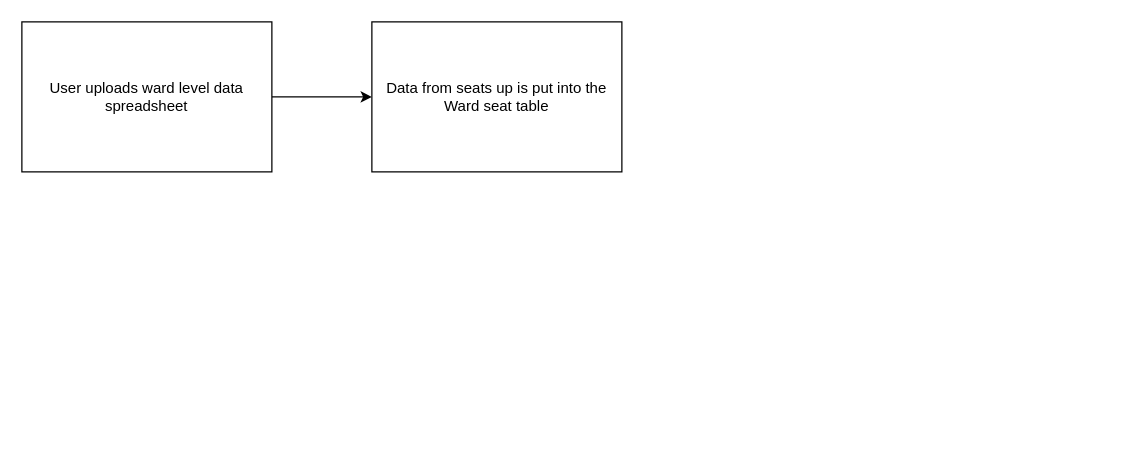
Earlier version of the draw.io diagram elp-2197 SPIKE.drawio (EmmaHawkins/test_flows). Source tidied: cells renumbered, new cells numbered last; positions are measured from the earlier drawing's top-left corner, leaving out a move shared by most shapes. Both pictures are drawn from the tidied source at 125%, with x=0, y=0 at pixel (21, 21).
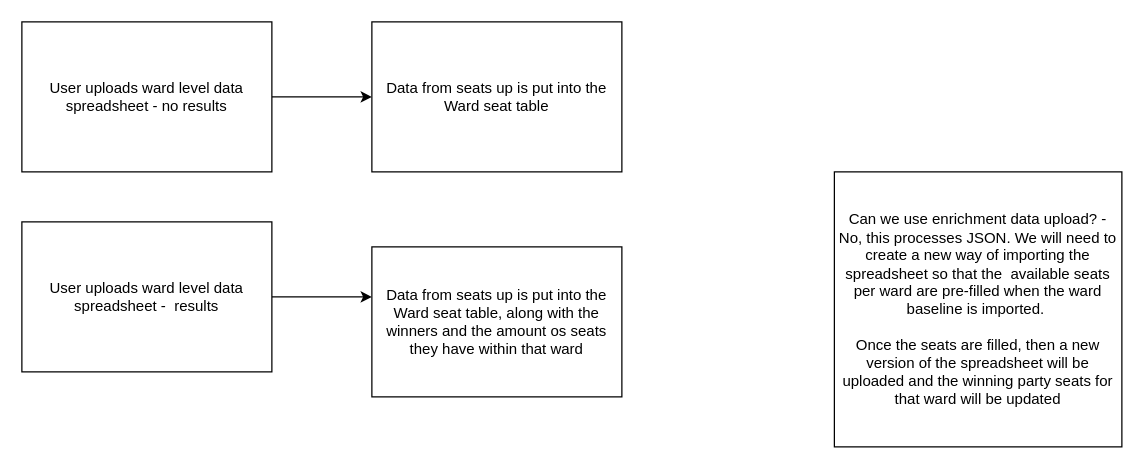
Above is the later version.

The edit, as a diff of the source:
```diff
@@
 <mxGraphModel>
   <root>
     <mxCell id="0" />
     <mxCell id="1" parent="0" />
     <mxCell id="2" style="edgeStyle=orthogonalEdgeStyle;rounded=0;jettySize=auto;html=1;" parent="1" edge="1" source="3" target="4">
       <mxGeometry relative="1" as="geometry" />
     </mxCell>
-    <mxCell id="3" value="User uploads ward level data spreadsheet" style="rounded=0;whiteSpace=wrap;html=1;" parent="1" vertex="1">
+    <mxCell id="3" value="User uploads ward level data spreadsheet - no results" style="rounded=0;whiteSpace=wrap;html=1;" parent="1" vertex="1">
       <mxGeometry width="200" height="120" as="geometry" />
     </mxCell>
     <mxCell id="4" value="Data from seats up is put into the Ward seat table" style="rounded=0;whiteSpace=wrap;html=1;" parent="1" vertex="1">
       <mxGeometry x="280" width="200" height="120" as="geometry" />
     </mxCell>
+    <mxCell id="5" value="Can we use enrichment data upload? - No, this processes JSON. We will need to create a new way of importing the spreadsheet so that the&amp;nbsp; available seats per ward are pre-filled when the ward baseline is imported.&amp;nbsp;&lt;div&gt;&lt;br&gt;&lt;/div&gt;&lt;div&gt;Once the seats are filled, then a new version of the spreadsheet will be uploaded and the winning party seats for that ward will be updated&lt;/div&gt;" style="rounded=0;whiteSpace=wrap;html=1;" parent="1" vertex="1">
+      <mxGeometry x="650" y="120" width="230" height="220" as="geometry" />
+    </mxCell>
+    <mxCell id="6" style="edgeStyle=orthogonalEdgeStyle;rounded=0;jettySize=auto;html=1;" parent="1" edge="1" source="7">
+      <mxGeometry relative="1" as="geometry">
+        <mxPoint x="280" y="220" as="targetPoint" />
+      </mxGeometry>
+    </mxCell>
+    <mxCell id="7" value="User uploads ward level data spreadsheet -&amp;nbsp; results" style="rounded=0;whiteSpace=wrap;html=1;" parent="1" vertex="1">
+      <mxGeometry y="160" width="200" height="120" as="geometry" />
+    </mxCell>
+    <mxCell id="8" value="Data from seats up is put into the Ward seat table, along with the winners and the amount os seats they have within that ward" style="rounded=0;whiteSpace=wrap;html=1;" parent="1" vertex="1">
+      <mxGeometry x="280" y="180" width="200" height="120" as="geometry" />
+    </mxCell>
   </root>
 </mxGraphModel>
```
